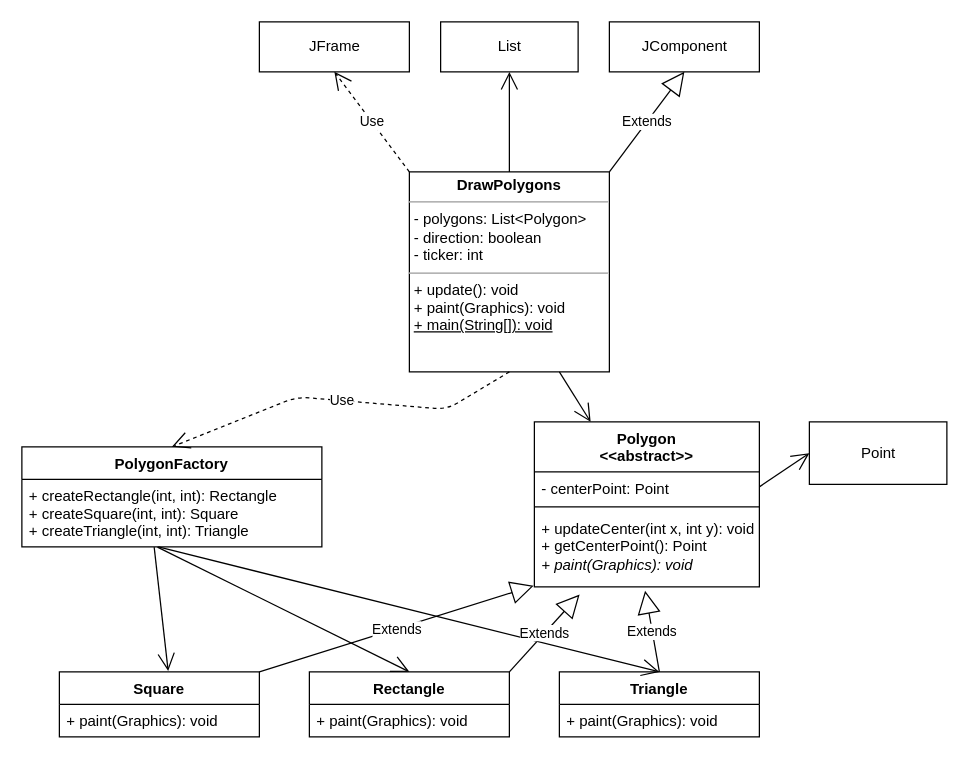
Before: class_diagram.drawio in erikpersson0884/block51exercise, a draw.io diagram. Source tidied: cells renumbered, new cells numbered last; positions are measured from the earlier drawing's top-left corner, leaving out a move shared by most shapes. Both pictures are drawn from the tidied source at 125%, with x=0, y=0 at pixel (21, 21).
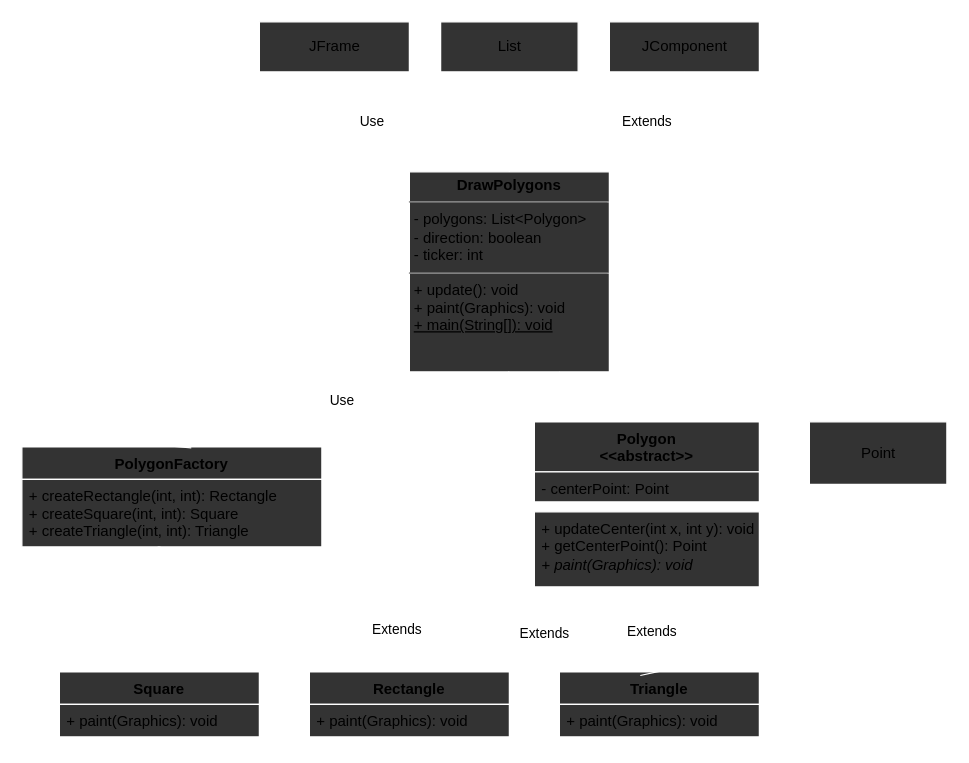
The same page after the edit.

Commit message (it also covers changes not shown here):
created a shapefactory class for second assignment

The edit, as a diff of the source:
```diff
@@
-    <mxCell id="2" value="PolygonFactory" style="swimlane;fontStyle=1;align=center;verticalAlign=top;horizontal=1;startSize=26;" parent="1" vertex="1">
+    <mxCell id="2" value="PolygonFactory" style="swimlane;fontStyle=1;align=center;verticalAlign=top;horizontal=1;startSize=26;strokeColor=#FFFFFF;fillColor=#333333;shadow=0;" parent="1" vertex="1">
       <mxGeometry y="340" width="240" height="80" as="geometry" />
     </mxCell>
-    <mxCell id="3" value="+ createRectangle(int, int): Rectangle&#10;+ createSquare(int, int): Square&#10;+ createTriangle(int, int): Triangle" style="text;strokeColor=none;fillColor=none;align=left;verticalAlign=top;spacingLeft=4;spacingRight=4;overflow=hidden;points=[[0,0.5],[1,0.5]];portConstraint=eastwest;" parent="2" vertex="1">
+    <mxCell id="3" value="+ createRectangle(int, int): Rectangle&#10;+ createSquare(int, int): Square&#10;+ createTriangle(int, int): Triangle" style="text;strokeColor=#FFFFFF;fillColor=#333333;align=left;verticalAlign=top;spacingLeft=4;spacingRight=4;overflow=hidden;points=[[0,0.5],[1,0.5]];portConstraint=eastwest;shadow=0;" parent="2" vertex="1">
       <mxGeometry y="26" width="240" height="54" as="geometry" />
     </mxCell>
-    <mxCell id="4" value="Triangle" style="swimlane;fontStyle=1;align=center;verticalAlign=top;horizontal=1;startSize=26;" parent="1" vertex="1">
+    <mxCell id="4" value="Triangle" style="swimlane;fontStyle=1;align=center;verticalAlign=top;horizontal=1;startSize=26;strokeColor=#FFFFFF;fillColor=#333333;shadow=0;" parent="1" vertex="1">
       <mxGeometry x="430" y="520" width="160" height="52" as="geometry" />
     </mxCell>
-    <mxCell id="5" value="+ paint(Graphics): void" style="text;strokeColor=none;fillColor=none;align=left;verticalAlign=top;spacingLeft=4;spacingRight=4;overflow=hidden;" parent="4" vertex="1">
+    <mxCell id="5" value="+ paint(Graphics): void" style="text;strokeColor=#FFFFFF;fillColor=#333333;align=left;verticalAlign=top;spacingLeft=4;spacingRight=4;overflow=hidden;shadow=0;" parent="4" vertex="1">
       <mxGeometry y="26" width="160" height="26" as="geometry" />
     </mxCell>
-    <mxCell id="6" value="Square" style="swimlane;fontStyle=1;align=center;verticalAlign=top;horizontal=1;startSize=26;" parent="1" vertex="1">
+    <mxCell id="6" value="Square" style="swimlane;fontStyle=1;align=center;verticalAlign=top;horizontal=1;startSize=26;strokeColor=#FFFFFF;fillColor=#333333;shadow=0;" parent="1" vertex="1">
       <mxGeometry x="30" y="520" width="160" height="52" as="geometry" />
     </mxCell>
-    <mxCell id="7" value="+ paint(Graphics): void" style="text;strokeColor=none;fillColor=none;align=left;verticalAlign=top;spacingLeft=4;spacingRight=4;overflow=hidden;" parent="6" vertex="1">
+    <mxCell id="7" value="+ paint(Graphics): void" style="text;strokeColor=#FFFFFF;fillColor=#333333;align=left;verticalAlign=top;spacingLeft=4;spacingRight=4;overflow=hidden;shadow=0;" parent="6" vertex="1">
       <mxGeometry y="26" width="160" height="26" as="geometry" />
     </mxCell>
-    <mxCell id="8" value="Rectangle" style="swimlane;fontStyle=1;align=center;verticalAlign=top;horizontal=1;startSize=26;" parent="1" vertex="1">
+    <mxCell id="8" value="Rectangle" style="swimlane;fontStyle=1;align=center;verticalAlign=top;horizontal=1;startSize=26;strokeColor=#FFFFFF;fillColor=#333333;shadow=0;" parent="1" vertex="1">
       <mxGeometry x="230" y="520" width="160" height="52" as="geometry" />
     </mxCell>
-    <mxCell id="9" value="+ paint(Graphics): void" style="text;strokeColor=none;fillColor=none;align=left;verticalAlign=top;spacingLeft=4;spacingRight=4;overflow=hidden;" parent="8" vertex="1">
+    <mxCell id="9" value="+ paint(Graphics): void" style="text;strokeColor=#FFFFFF;fillColor=#333333;align=left;verticalAlign=top;spacingLeft=4;spacingRight=4;overflow=hidden;shadow=0;" parent="8" vertex="1">
       <mxGeometry y="26" width="160" height="26" as="geometry" />
     </mxCell>
-    <mxCell id="10" value="Extends" style="endArrow=block;endSize=16;endFill=0;html=1;exitX=0.5;exitY=0;exitDx=0;exitDy=0;entryX=0.492;entryY=1.051;entryDx=0;entryDy=0;entryPerimeter=0;" parent="1" edge="1" source="4" target="14">
+    <mxCell id="10" value="Extends" style="endArrow=block;endSize=16;endFill=0;html=1;exitX=0.5;exitY=0;exitDx=0;exitDy=0;entryX=0.492;entryY=1.051;entryDx=0;entryDy=0;entryPerimeter=0;strokeColor=#FFFFFF;fillColor=#333333;shadow=0;" parent="1" edge="1" source="4" target="14">
       <mxGeometry relative="1" as="geometry" />
     </mxCell>
-    <mxCell id="11" value="Polygon&#10;&lt;&lt;abstract&gt;&gt;&#10;" style="swimlane;fontStyle=1;align=center;verticalAlign=top;horizontal=1;startSize=40;" parent="1" vertex="1">
+    <mxCell id="11" value="Polygon&#10;&lt;&lt;abstract&gt;&gt;&#10;" style="swimlane;fontStyle=1;align=center;verticalAlign=top;horizontal=1;startSize=40;strokeColor=#FFFFFF;fillColor=#333333;shadow=0;" parent="1" vertex="1">
       <mxGeometry x="410" y="320" width="180" height="132" as="geometry" />
     </mxCell>
-    <mxCell id="12" value="- centerPoint: Point" style="text;strokeColor=none;fillColor=none;align=left;verticalAlign=top;spacingLeft=4;spacingRight=4;overflow=hidden;points=[[0,0.5],[1,0.5]];portConstraint=eastwest;" parent="11" vertex="1">
+    <mxCell id="12" value="- centerPoint: Point" style="text;strokeColor=#FFFFFF;fillColor=#333333;align=left;verticalAlign=top;spacingLeft=4;spacingRight=4;overflow=hidden;points=[[0,0.5],[1,0.5]];portConstraint=eastwest;shadow=0;" parent="11" vertex="1">
       <mxGeometry y="40" width="180" height="24" as="geometry" />
     </mxCell>
-    <mxCell id="13" style="line;strokeWidth=1;fillColor=none;align=left;verticalAlign=middle;spacingTop=-1;spacingLeft=3;spacingRight=3;labelPosition=right;" parent="11" vertex="1">
+    <mxCell id="13" style="line;strokeWidth=1;fillColor=#333333;align=left;verticalAlign=middle;spacingTop=-1;spacingLeft=3;spacingRight=3;labelPosition=right;strokeColor=#FFFFFF;shadow=0;" parent="11" vertex="1">
       <mxGeometry y="64" width="180" height="8" as="geometry" />
     </mxCell>
-    <mxCell id="14" value="+ updateCenter(int x, int y): void&lt;br&gt;+ getCenterPoint(): Point&lt;br&gt;&lt;i&gt;+ paint(Graphics): void&lt;/i&gt;" style="text;strokeColor=none;fillColor=none;align=left;verticalAlign=top;spacingLeft=4;spacingRight=4;overflow=hidden;points=[[0,0.5],[1,0.5]];portConstraint=eastwest;fontStyle=0;html=1;" parent="11" vertex="1">
+    <mxCell id="14" value="+ updateCenter(int x, int y): void&lt;br&gt;+ getCenterPoint(): Point&lt;br&gt;&lt;i&gt;+ paint(Graphics): void&lt;/i&gt;" style="text;strokeColor=#FFFFFF;fillColor=#333333;align=left;verticalAlign=top;spacingLeft=4;spacingRight=4;overflow=hidden;points=[[0,0.5],[1,0.5]];portConstraint=eastwest;fontStyle=0;html=1;shadow=0;" parent="11" vertex="1">
       <mxGeometry y="72" width="180" height="60" as="geometry" />
     </mxCell>
-    <mxCell id="15" style="endArrow=open;endFill=1;endSize=12;html=1;exitX=0.441;exitY=1.003;exitDx=0;exitDy=0;exitPerimeter=0;entryX=0.544;entryY=-0.012;entryDx=0;entryDy=0;entryPerimeter=0;" parent="1" edge="1" source="3" target="6">
+    <mxCell id="15" style="endArrow=open;endFill=1;endSize=12;html=1;exitX=0.441;exitY=1.003;exitDx=0;exitDy=0;exitPerimeter=0;entryX=0.544;entryY=-0.012;entryDx=0;entryDy=0;entryPerimeter=0;strokeColor=#FFFFFF;fillColor=#333333;shadow=0;" parent="1" edge="1" source="3" target="6">
       <mxGeometry relative="1" as="geometry" />
     </mxCell>
-    <mxCell id="16" style="endArrow=open;endFill=1;endSize=12;html=1;entryX=0.5;entryY=0;entryDx=0;entryDy=0;exitX=0.452;exitY=1.003;exitDx=0;exitDy=0;exitPerimeter=0;" parent="1" edge="1" source="3" target="8">
+    <mxCell id="16" style="endArrow=open;endFill=1;endSize=12;html=1;entryX=0.5;entryY=0;entryDx=0;entryDy=0;exitX=0.452;exitY=1.003;exitDx=0;exitDy=0;exitPerimeter=0;strokeColor=#FFFFFF;fillColor=#333333;shadow=0;" parent="1" edge="1" source="3" target="8">
       <mxGeometry relative="1" as="geometry" />
     </mxCell>
-    <mxCell id="17" value="Extends" style="endArrow=block;endSize=16;endFill=0;html=1;exitX=1;exitY=0;exitDx=0;exitDy=0;entryX=-0.003;entryY=0.985;entryDx=0;entryDy=0;entryPerimeter=0;" parent="1" edge="1" source="6" target="14">
+    <mxCell id="17" value="Extends" style="endArrow=block;endSize=16;endFill=0;html=1;exitX=1;exitY=0;exitDx=0;exitDy=0;entryX=-0.003;entryY=0.985;entryDx=0;entryDy=0;entryPerimeter=0;strokeColor=#FFFFFF;fillColor=#333333;shadow=0;" parent="1" edge="1" source="6" target="14">
       <mxGeometry relative="1" as="geometry" />
     </mxCell>
-    <mxCell id="18" style="endArrow=open;endFill=1;endSize=12;html=1;exitX=0.455;exitY=1;exitDx=0;exitDy=0;exitPerimeter=0;entryX=0.5;entryY=0;entryDx=0;entryDy=0;" parent="1" edge="1" source="3" target="4">
+    <mxCell id="18" style="endArrow=open;endFill=1;endSize=12;html=1;exitX=0.455;exitY=1;exitDx=0;exitDy=0;exitPerimeter=0;entryX=0.5;entryY=0;entryDx=0;entryDy=0;strokeColor=#FFFFFF;fillColor=#333333;shadow=0;" parent="1" edge="1" source="3" target="4">
       <mxGeometry relative="1" as="geometry" />
     </mxCell>
-    <mxCell id="19" value="Extends" style="endArrow=block;endSize=16;endFill=0;html=1;exitX=1;exitY=0;exitDx=0;exitDy=0;entryX=0.201;entryY=1.102;entryDx=0;entryDy=0;entryPerimeter=0;" parent="1" edge="1" source="8" target="14">
+    <mxCell id="19" value="Extends" style="endArrow=block;endSize=16;endFill=0;html=1;exitX=1;exitY=0;exitDx=0;exitDy=0;entryX=0.201;entryY=1.102;entryDx=0;entryDy=0;entryPerimeter=0;strokeColor=#FFFFFF;fillColor=#333333;shadow=0;" parent="1" edge="1" source="8" target="14">
       <mxGeometry relative="1" as="geometry" />
     </mxCell>
-    <mxCell id="20" value="&lt;p style=&quot;margin: 0px ; margin-top: 4px ; text-align: center&quot;&gt;&lt;b&gt;DrawPolygons&lt;/b&gt;&lt;/p&gt;&lt;hr size=&quot;1&quot;&gt;&lt;p style=&quot;margin: 0px ; margin-left: 4px&quot;&gt;- polygons: List&amp;lt;Polygon&amp;gt;&lt;/p&gt;&lt;p style=&quot;margin: 0px ; margin-left: 4px&quot;&gt;- direction: boolean&lt;/p&gt;&lt;p style=&quot;margin: 0px ; margin-left: 4px&quot;&gt;- ticker: int&lt;/p&gt;&lt;hr size=&quot;1&quot;&gt;&lt;p style=&quot;margin: 0px ; margin-left: 4px&quot;&gt;+ update(): void&lt;/p&gt;&lt;p style=&quot;margin: 0px ; margin-left: 4px&quot;&gt;+ paint(Graphics): void&lt;/p&gt;&lt;p style=&quot;margin: 0px ; margin-left: 4px&quot;&gt;&lt;u&gt;+ main(String[]): void&lt;/u&gt;&lt;/p&gt;" style="verticalAlign=top;align=left;overflow=fill;fontSize=12;fontFamily=Helvetica;html=1;" parent="1" vertex="1">
+    <mxCell id="20" value="&lt;p style=&quot;margin: 0px ; margin-top: 4px ; text-align: center&quot;&gt;&lt;b&gt;DrawPolygons&lt;/b&gt;&lt;/p&gt;&lt;hr size=&quot;1&quot;&gt;&lt;p style=&quot;margin: 0px ; margin-left: 4px&quot;&gt;- polygons: List&amp;lt;Polygon&amp;gt;&lt;/p&gt;&lt;p style=&quot;margin: 0px ; margin-left: 4px&quot;&gt;- direction: boolean&lt;/p&gt;&lt;p style=&quot;margin: 0px ; margin-left: 4px&quot;&gt;- ticker: int&lt;/p&gt;&lt;hr size=&quot;1&quot;&gt;&lt;p style=&quot;margin: 0px ; margin-left: 4px&quot;&gt;+ update(): void&lt;/p&gt;&lt;p style=&quot;margin: 0px ; margin-left: 4px&quot;&gt;+ paint(Graphics): void&lt;/p&gt;&lt;p style=&quot;margin: 0px ; margin-left: 4px&quot;&gt;&lt;u&gt;+ main(String[]): void&lt;/u&gt;&lt;/p&gt;" style="verticalAlign=top;align=left;overflow=fill;fontSize=12;fontFamily=Helvetica;html=1;strokeColor=#FFFFFF;fillColor=#333333;shadow=0;" parent="1" vertex="1">
       <mxGeometry x="310" y="120" width="160" height="160" as="geometry" />
     </mxCell>
-    <mxCell id="21" value="JComponent" style="html=1;" parent="1" vertex="1">
+    <mxCell id="21" value="JComponent" style="html=1;strokeColor=#FFFFFF;fillColor=#333333;shadow=0;" parent="1" vertex="1">
       <mxGeometry x="470" width="120" height="40" as="geometry" />
     </mxCell>
-    <mxCell id="22" value="List" style="html=1;" parent="1" vertex="1">
+    <mxCell id="22" value="List" style="html=1;strokeColor=#FFFFFF;fillColor=#333333;shadow=0;" parent="1" vertex="1">
       <mxGeometry x="335" width="110" height="40" as="geometry" />
     </mxCell>
-    <mxCell id="23" value="JFrame" style="html=1;" parent="1" vertex="1">
+    <mxCell id="23" value="JFrame" style="html=1;strokeColor=#FFFFFF;fillColor=#333333;shadow=0;" parent="1" vertex="1">
       <mxGeometry x="190" width="120" height="40" as="geometry" />
     </mxCell>
-    <mxCell id="24" style="endArrow=open;endFill=1;endSize=12;html=1;exitX=1;exitY=0.5;exitDx=0;exitDy=0;entryX=0;entryY=0.5;entryDx=0;entryDy=0;" parent="1" edge="1" source="12" target="26">
+    <mxCell id="24" style="endArrow=open;endFill=1;endSize=12;html=1;exitX=1;exitY=0.5;exitDx=0;exitDy=0;entryX=0;entryY=0.5;entryDx=0;entryDy=0;strokeColor=#FFFFFF;fillColor=#333333;shadow=0;" parent="1" edge="1" source="12" target="26">
       <mxGeometry relative="1" as="geometry" />
     </mxCell>
-    <mxCell id="25" style="endArrow=open;endFill=1;endSize=12;html=1;exitX=0.5;exitY=0;exitDx=0;exitDy=0;entryX=0.5;entryY=1;entryDx=0;entryDy=0;" parent="1" edge="1" source="20" target="22">
+    <mxCell id="25" style="endArrow=open;endFill=1;endSize=12;html=1;exitX=0.5;exitY=0;exitDx=0;exitDy=0;entryX=0.5;entryY=1;entryDx=0;entryDy=0;strokeColor=#FFFFFF;fillColor=#333333;shadow=0;" parent="1" edge="1" source="20" target="22">
       <mxGeometry relative="1" as="geometry" />
     </mxCell>
-    <mxCell id="26" value="Point" style="html=1;" parent="1" vertex="1">
+    <mxCell id="26" value="Point" style="html=1;strokeColor=#FFFFFF;fillColor=#333333;shadow=0;" parent="1" vertex="1">
       <mxGeometry x="630" y="320" width="110" height="50" as="geometry" />
     </mxCell>
-    <mxCell id="27" value="Extends" style="endArrow=block;endSize=16;endFill=0;html=1;entryX=0.5;entryY=1;entryDx=0;entryDy=0;exitX=1;exitY=0;exitDx=0;exitDy=0;" parent="1" edge="1" source="20" target="21">
+    <mxCell id="27" value="Extends" style="endArrow=block;endSize=16;endFill=0;html=1;entryX=0.5;entryY=1;entryDx=0;entryDy=0;exitX=1;exitY=0;exitDx=0;exitDy=0;strokeColor=#FFFFFF;fillColor=#333333;shadow=0;" parent="1" edge="1" source="20" target="21">
       <mxGeometry relative="1" as="geometry" />
     </mxCell>
-    <mxCell id="28" value="Use" style="endArrow=open;endSize=12;dashed=1;html=1;entryX=0.5;entryY=1;entryDx=0;entryDy=0;exitX=0;exitY=0;exitDx=0;exitDy=0;" parent="1" edge="1" source="20" target="23">
+    <mxCell id="28" value="Use" style="endArrow=open;endSize=12;dashed=1;html=1;entryX=0.5;entryY=1;entryDx=0;entryDy=0;exitX=0;exitY=0;exitDx=0;exitDy=0;strokeColor=#FFFFFF;fillColor=#333333;shadow=0;" parent="1" edge="1" source="20" target="23">
       <mxGeometry relative="1" as="geometry" />
     </mxCell>
-    <mxCell id="29" value="Use" style="endArrow=open;endSize=12;dashed=1;html=1;exitX=0.5;exitY=1;exitDx=0;exitDy=0;entryX=0.5;entryY=0;entryDx=0;entryDy=0;" parent="1" edge="1" source="20" target="2">
+    <mxCell id="29" value="Use" style="endArrow=open;endSize=12;dashed=1;html=1;exitX=0.5;exitY=1;exitDx=0;exitDy=0;entryX=0.5;entryY=0;entryDx=0;entryDy=0;strokeColor=#FFFFFF;fillColor=#333333;shadow=0;" parent="1" edge="1" source="20" target="2">
       <mxGeometry relative="1" as="geometry">
         <Array as="points">
           <mxPoint x="340" y="310" />
           <mxPoint x="220" y="300" />
         </Array>
       </mxGeometry>
     </mxCell>
-    <mxCell id="30" style="endArrow=open;endFill=1;endSize=12;html=1;exitX=0.75;exitY=1;exitDx=0;exitDy=0;entryX=0.25;entryY=0;entryDx=0;entryDy=0;" parent="1" edge="1" source="20" target="11">
+    <mxCell id="30" style="endArrow=open;endFill=1;endSize=12;html=1;exitX=0.75;exitY=1;exitDx=0;exitDy=0;entryX=0.25;entryY=0;entryDx=0;entryDy=0;strokeColor=#FFFFFF;fillColor=#333333;shadow=0;" parent="1" edge="1" source="20" target="11">
       <mxGeometry relative="1" as="geometry" />
     </mxCell>
```
